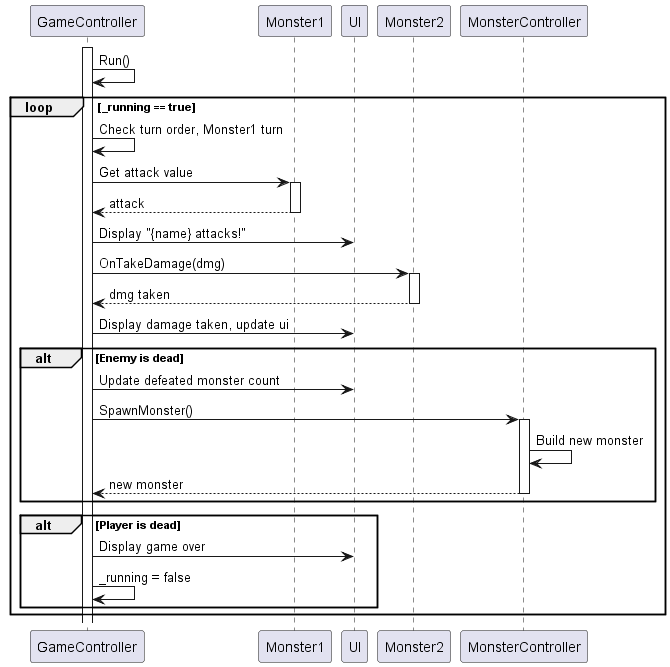
MarcinSzymanek/SD_Decorator keeps this PlantUML diagram as Docs/out/app_sd/app_sd.png. Above is the earlier version.
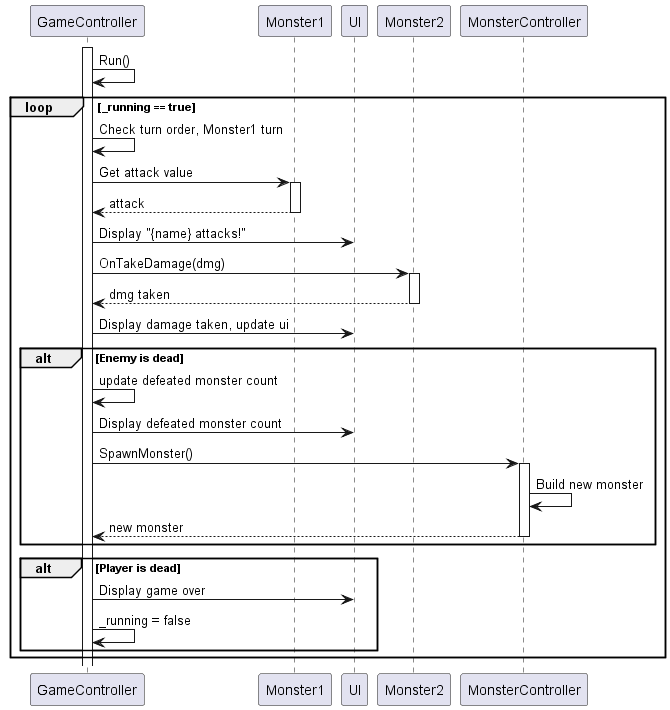
Later version of the same file.

What changed in the source:
```diff
@@ -15,7 +15,8 @@
     UI <- GameController : Display damage taken, update ui
 
     alt Enemy is dead
-        GameController -> UI : Update defeated monster count
+        GameController -> GameController : update defeated monster count
+        GameController -> UI : Display defeated monster count
         GameController -> MonsterController : SpawnMonster()
         activate MonsterController
         MonsterController -> MonsterController : Build new monster
```
